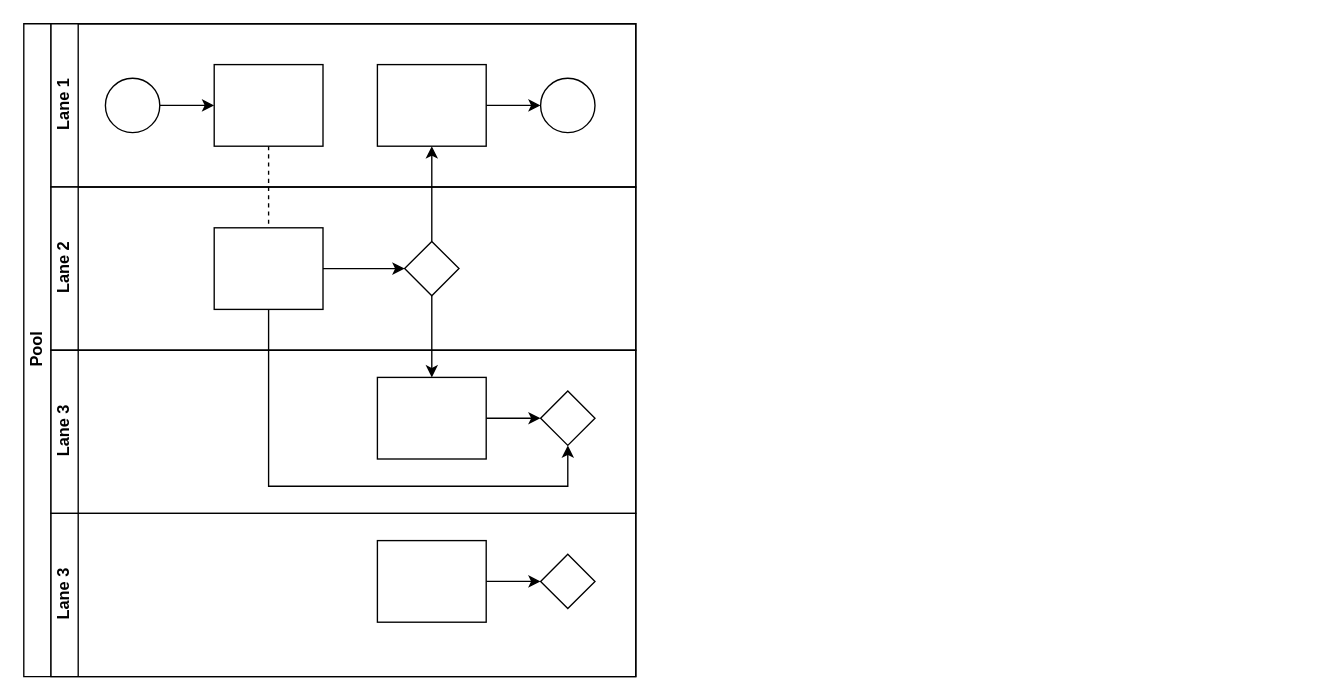
Earlier version of the draw.io diagram Test1.drawio (yvetuy/diagrams). Source tidied: cells renumbered, new cells numbered last; positions are measured from the earlier drawing's top-left corner, leaving out a move shared by most shapes. Both pictures are drawn from the tidied source at 136%, with x=0, y=0 at pixel (23, 23).
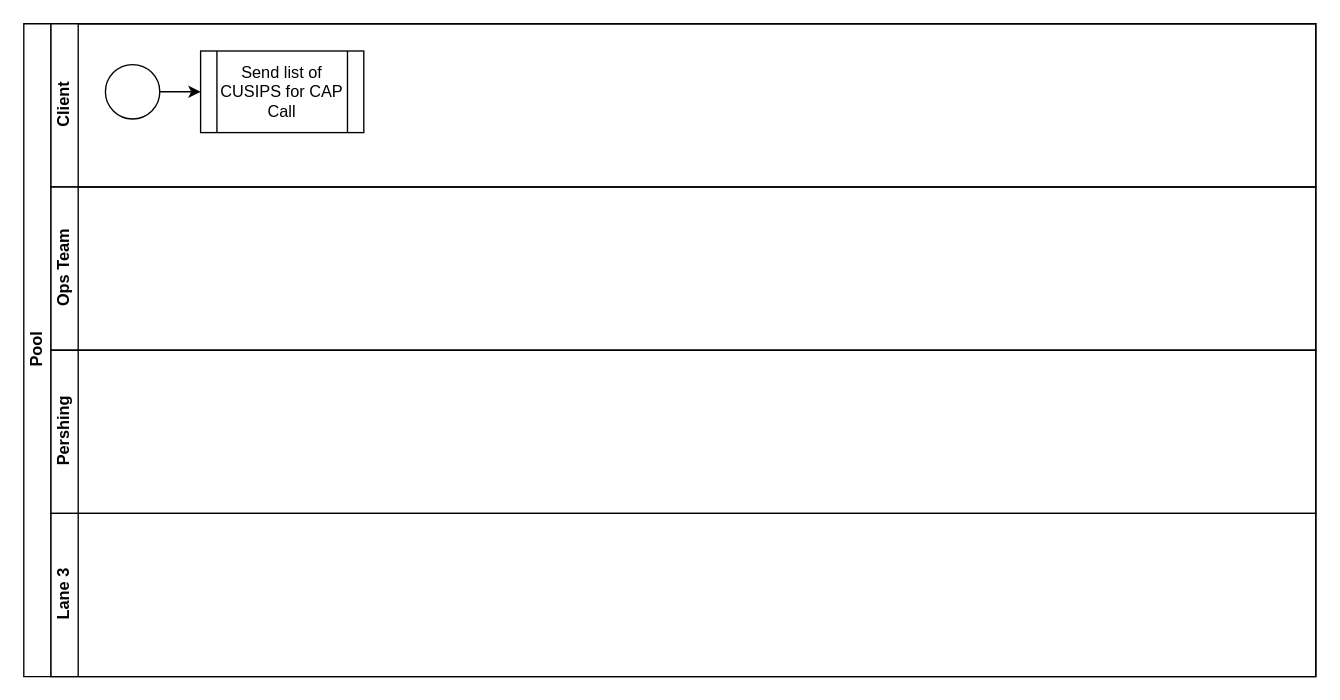
After the change.

The edit, as a diff of the source:
```diff
@@
     <mxCell id="2" value="Pool" style="swimlane;html=1;horizontal=0;startSize=20;" parent="1" vertex="1">
-      <mxGeometry width="450" height="480" as="geometry" />
+      <mxGeometry width="950" height="480" as="geometry" />
     </mxCell>
-    <mxCell id="3" style="edgeStyle=orthogonalEdgeStyle;rounded=0;jettySize=auto;html=1;dashed=1;endArrow=none;endFill=0;" parent="2" edge="1" source="10" target="16">
-      <mxGeometry relative="1" as="geometry" />
-    </mxCell>
-    <mxCell id="4" style="edgeStyle=orthogonalEdgeStyle;rounded=0;jettySize=auto;html=1;endArrow=classic;endFill=1;" parent="2" edge="1" source="17" target="12">
-      <mxGeometry relative="1" as="geometry" />
-    </mxCell>
-    <mxCell id="5" style="edgeStyle=orthogonalEdgeStyle;rounded=0;jettySize=auto;html=1;endArrow=classic;endFill=1;" parent="2" edge="1" source="17" target="20">
-      <mxGeometry relative="1" as="geometry" />
-    </mxCell>
-    <mxCell id="6" style="edgeStyle=orthogonalEdgeStyle;rounded=0;jettySize=auto;html=1;endArrow=classic;endFill=1;" parent="2" edge="1" source="16" target="21">
-      <mxGeometry relative="1" as="geometry">
-        <Array as="points">
-          <mxPoint x="180" y="340" />
-          <mxPoint x="400" y="340" />
-        </Array>
-      </mxGeometry>
-    </mxCell>
-    <mxCell id="7" value="Lane 1" style="swimlane;html=1;startSize=20;horizontal=0;" parent="2" vertex="1">
-      <mxGeometry x="20" width="430" height="120" as="geometry" />
+    <mxCell id="7" value="Client" style="swimlane;html=1;startSize=20;horizontal=0;" parent="2" vertex="1">
+      <mxGeometry x="20" width="930" height="120" as="geometry" />
     </mxCell>
-    <mxCell id="8" style="edgeStyle=orthogonalEdgeStyle;rounded=0;jettySize=auto;html=1;" parent="7" edge="1" source="9" target="10">
-      <mxGeometry relative="1" as="geometry" />
-    </mxCell>
+    <mxCell id="26" style="edgeStyle=orthogonalEdgeStyle;rounded=0;jettySize=auto;html=1;exitX=1;exitY=0.5;exitDx=0;exitDy=0;entryX=0;entryY=0.5;entryDx=0;entryDy=0;" parent="7" edge="1" source="9" target="27">
+      <mxGeometry relative="1" as="geometry" />
+    </mxCell>
     <mxCell id="9" style="ellipse;whiteSpace=wrap;html=1;" parent="7" vertex="1">
-      <mxGeometry x="40" y="40" width="40" height="40" as="geometry" />
+      <mxGeometry x="40" y="30" width="40" height="40" as="geometry" />
     </mxCell>
-    <mxCell id="10" style="rounded=0;whiteSpace=wrap;html=1;fontFamily=Helvetica;fontSize=12;fontColor=#000000;align=center;" parent="7" vertex="1">
-      <mxGeometry x="120" y="30" width="80" height="60" as="geometry" />
-    </mxCell>
-    <mxCell id="11" style="edgeStyle=orthogonalEdgeStyle;rounded=0;jettySize=auto;html=1;endArrow=classic;endFill=1;" parent="7" edge="1" source="12" target="13">
-      <mxGeometry relative="1" as="geometry" />
-    </mxCell>
-    <mxCell id="12" style="rounded=0;whiteSpace=wrap;html=1;fontFamily=Helvetica;fontSize=12;fontColor=#000000;align=center;" parent="7" vertex="1">
-      <mxGeometry x="240" y="30" width="80" height="60" as="geometry" />
-    </mxCell>
-    <mxCell id="13" style="ellipse;whiteSpace=wrap;html=1;" parent="7" vertex="1">
-      <mxGeometry x="360" y="40" width="40" height="40" as="geometry" />
-    </mxCell>
+    <mxCell id="27" value="Send list of CUSIPS for CAP Call" style="shape=process;whiteSpace=wrap;html=1;backgroundOutline=1;" parent="7" vertex="1">
+      <mxGeometry x="110" y="20" width="120" height="60" as="geometry" />
+    </mxCell>
-    <mxCell id="14" value="Lane 2" style="swimlane;html=1;startSize=20;horizontal=0;" parent="2" vertex="1">
-      <mxGeometry x="20" y="120" width="430" height="120" as="geometry" />
+    <mxCell id="14" value="Ops Team" style="swimlane;html=1;startSize=20;horizontal=0;" parent="2" vertex="1">
+      <mxGeometry x="20" y="120" width="930" height="120" as="geometry" />
     </mxCell>
-    <mxCell id="15" style="edgeStyle=orthogonalEdgeStyle;rounded=0;jettySize=auto;html=1;endArrow=classic;endFill=1;" parent="14" edge="1" source="16" target="17">
-      <mxGeometry relative="1" as="geometry" />
-    </mxCell>
-    <mxCell id="16" style="rounded=0;whiteSpace=wrap;html=1;fontFamily=Helvetica;fontSize=12;fontColor=#000000;align=center;" parent="14" vertex="1">
-      <mxGeometry x="120" y="30" width="80" height="60" as="geometry" />
-    </mxCell>
-    <mxCell id="17" style="rhombus;whiteSpace=wrap;html=1;fontFamily=Helvetica;fontSize=12;fontColor=#000000;align=center;" parent="14" vertex="1">
-      <mxGeometry x="260" y="40" width="40" height="40" as="geometry" />
-    </mxCell>
-    <mxCell id="18" value="Lane 3" style="swimlane;html=1;startSize=20;horizontal=0;" parent="2" vertex="1">
-      <mxGeometry x="20" y="240" width="430" height="120" as="geometry" />
+    <mxCell id="18" value="Pershing" style="swimlane;html=1;startSize=20;horizontal=0;" parent="2" vertex="1">
+      <mxGeometry x="20" y="240" width="930" height="120" as="geometry" />
     </mxCell>
-    <mxCell id="19" style="edgeStyle=orthogonalEdgeStyle;rounded=0;jettySize=auto;html=1;endArrow=classic;endFill=1;" parent="18" edge="1" source="20" target="21">
-      <mxGeometry relative="1" as="geometry" />
-    </mxCell>
-    <mxCell id="20" style="rounded=0;whiteSpace=wrap;html=1;fontFamily=Helvetica;fontSize=12;fontColor=#000000;align=center;" parent="18" vertex="1">
-      <mxGeometry x="240" y="20" width="80" height="60" as="geometry" />
-    </mxCell>
-    <mxCell id="21" style="rhombus;whiteSpace=wrap;html=1;fontFamily=Helvetica;fontSize=12;fontColor=#000000;align=center;" parent="18" vertex="1">
-      <mxGeometry x="360" y="30" width="40" height="40" as="geometry" />
-    </mxCell>
     <mxCell id="22" value="Lane 3" style="swimlane;html=1;startSize=20;horizontal=0;" parent="2" vertex="1">
-      <mxGeometry x="20" y="360" width="430" height="120" as="geometry" />
+      <mxGeometry x="20" y="360" width="930" height="120" as="geometry" />
     </mxCell>
-    <mxCell id="23" style="edgeStyle=orthogonalEdgeStyle;rounded=0;jettySize=auto;html=1;endArrow=classic;endFill=1;" parent="22" edge="1" source="24" target="25">
-      <mxGeometry relative="1" as="geometry" />
-    </mxCell>
-    <mxCell id="24" style="rounded=0;whiteSpace=wrap;html=1;fontFamily=Helvetica;fontSize=12;fontColor=#000000;align=center;" parent="22" vertex="1">
-      <mxGeometry x="240" y="20" width="80" height="60" as="geometry" />
-    </mxCell>
-    <mxCell id="25" style="rhombus;whiteSpace=wrap;html=1;fontFamily=Helvetica;fontSize=12;fontColor=#000000;align=center;" parent="22" vertex="1">
-      <mxGeometry x="360" y="30" width="40" height="40" as="geometry" />
-    </mxCell>
```
